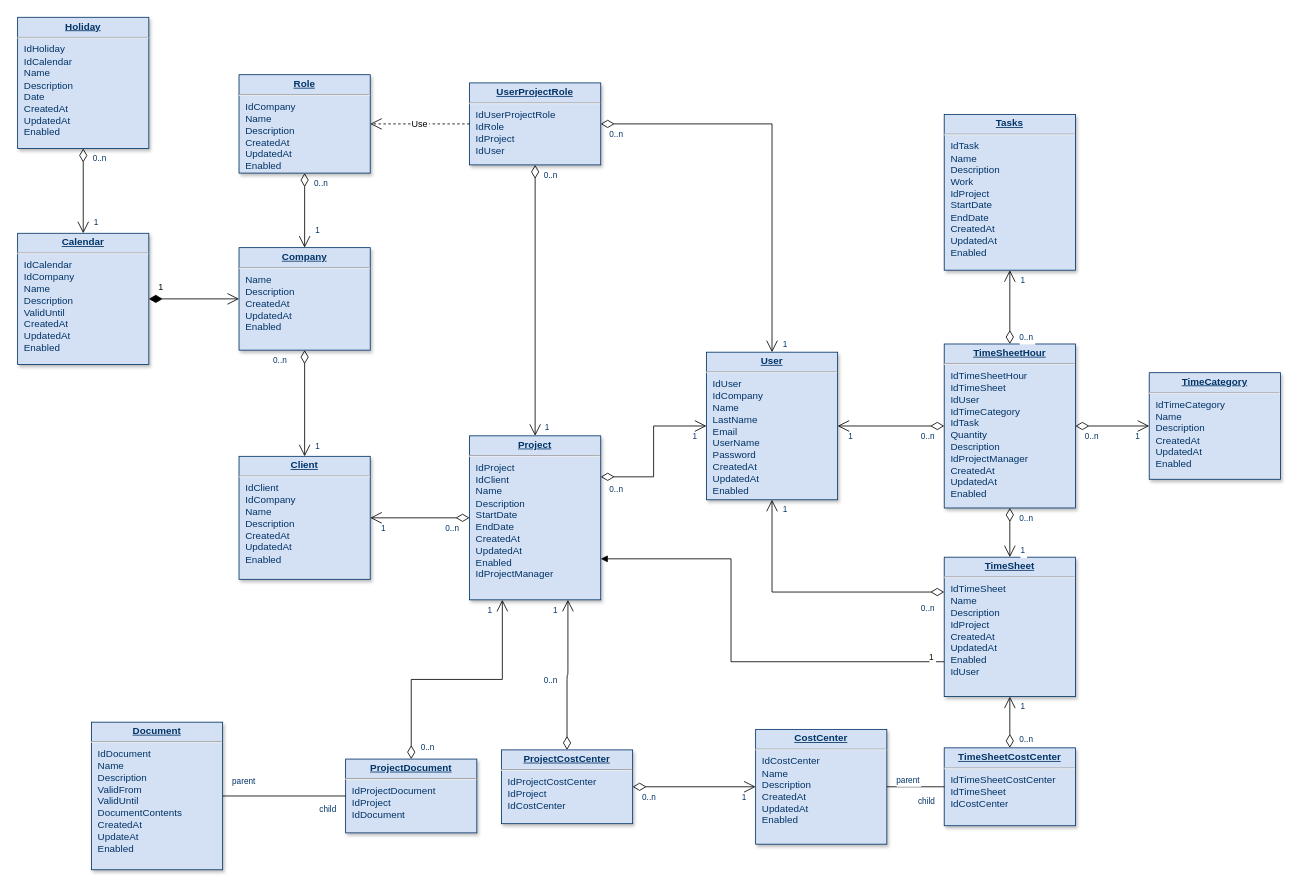
marcusvinic2/todo-list keeps this draw.io diagram as Diagrama sem nome.drawio. Above is the earlier version. Source tidied: cells renumbered, new cells numbered last; positions are measured from the earlier drawing's top-left corner, leaving out a move shared by most shapes. Both pictures are drawn from the tidied source at 82%, with x=0, y=0 at pixel (17, 17).
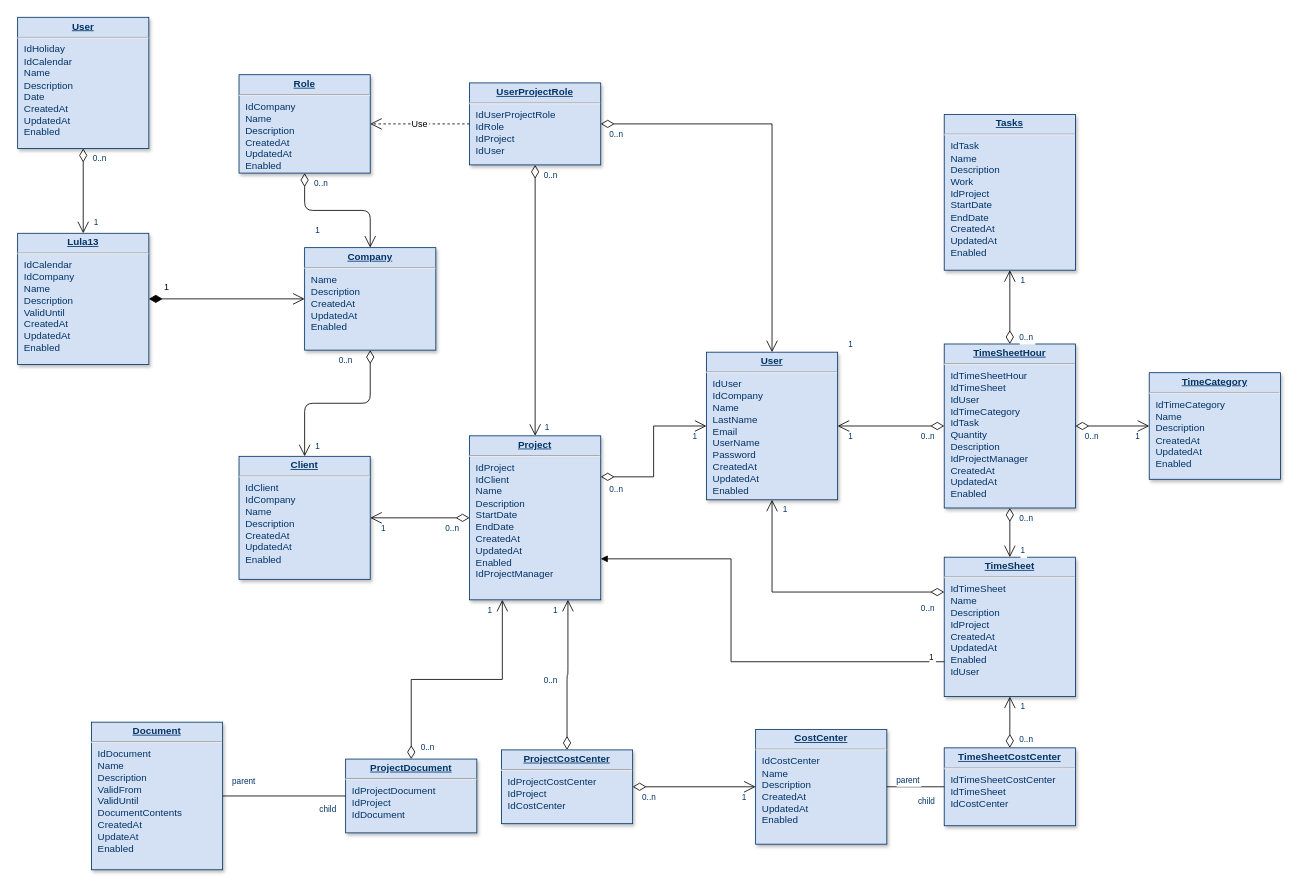
Above is the later version.

The edit, as a diff of the source:
```diff
@@
     <mxCell id="3" value="&lt;p style=&quot;margin: 0px; margin-top: 4px; text-align: center; text-decoration: underline;&quot;&gt;&lt;strong&gt;Company&lt;/strong&gt;&lt;/p&gt;&lt;hr /&gt;&lt;p style=&quot;margin: 0px; margin-left: 8px;&quot;&gt;Name&lt;/p&gt;&lt;p style=&quot;margin: 0px; margin-left: 8px;&quot;&gt;Description&lt;/p&gt;&lt;p style=&quot;margin: 0px; margin-left: 8px;&quot;&gt;CreatedAt&lt;/p&gt;&lt;p style=&quot;margin: 0px; margin-left: 8px;&quot;&gt;UpdatedAt&lt;/p&gt;&lt;p style=&quot;margin: 0px; margin-left: 8px;&quot;&gt;Enabled&lt;/p&gt;" style="verticalAlign=top;align=left;overflow=fill;fontSize=12;fontFamily=Helvetica;html=1;strokeColor=#003366;shadow=1;fillColor=#D4E1F5;fontColor=#003366;" parent="1" vertex="1">
-      <mxGeometry x="270" y="280.5" width="160" height="125" as="geometry" />
+      <mxGeometry x="350" y="280.5" width="160" height="125" as="geometry" />
     </mxCell>
-    <mxCell id="4" value="&lt;p style=&quot;margin: 0px; margin-top: 4px; text-align: center; text-decoration: underline;&quot;&gt;&lt;strong&gt;Calendar&lt;/strong&gt;&lt;/p&gt;&lt;hr /&gt;&lt;p style=&quot;margin: 0px; margin-left: 8px;&quot;&gt;IdCalendar&lt;/p&gt;&lt;p style=&quot;margin: 0px; margin-left: 8px;&quot;&gt;IdCompany&lt;/p&gt;&lt;p style=&quot;margin: 0px; margin-left: 8px;&quot;&gt;Name&lt;/p&gt;&lt;p style=&quot;margin: 0px; margin-left: 8px;&quot;&gt;Description&lt;/p&gt;&lt;p style=&quot;margin: 0px; margin-left: 8px;&quot;&gt;ValidUntil&lt;/p&gt;&lt;p style=&quot;margin: 0px; margin-left: 8px;&quot;&gt;CreatedAt&lt;/p&gt;&lt;p style=&quot;margin: 0px; margin-left: 8px;&quot;&gt;UpdatedAt&lt;/p&gt;&lt;p style=&quot;margin: 0px; margin-left: 8px;&quot;&gt;Enabled&lt;/p&gt;" style="verticalAlign=top;align=left;overflow=fill;fontSize=12;fontFamily=Helvetica;html=1;strokeColor=#003366;shadow=1;fillColor=#D4E1F5;fontColor=#003366;" parent="1" vertex="1">
+    <mxCell id="4" value="&lt;p style=&quot;margin: 0px; margin-top: 4px; text-align: center; text-decoration: underline;&quot;&gt;&lt;strong&gt;Lula13&lt;/strong&gt;&lt;/p&gt;&lt;hr&gt;&lt;p style=&quot;margin: 0px; margin-left: 8px;&quot;&gt;IdCalendar&lt;/p&gt;&lt;p style=&quot;margin: 0px; margin-left: 8px;&quot;&gt;IdCompany&lt;/p&gt;&lt;p style=&quot;margin: 0px; margin-left: 8px;&quot;&gt;Name&lt;/p&gt;&lt;p style=&quot;margin: 0px; margin-left: 8px;&quot;&gt;Description&lt;/p&gt;&lt;p style=&quot;margin: 0px; margin-left: 8px;&quot;&gt;ValidUntil&lt;/p&gt;&lt;p style=&quot;margin: 0px; margin-left: 8px;&quot;&gt;CreatedAt&lt;/p&gt;&lt;p style=&quot;margin: 0px; margin-left: 8px;&quot;&gt;UpdatedAt&lt;/p&gt;&lt;p style=&quot;margin: 0px; margin-left: 8px;&quot;&gt;Enabled&lt;/p&gt;" style="verticalAlign=top;align=left;overflow=fill;fontSize=12;fontFamily=Helvetica;html=1;strokeColor=#003366;shadow=1;fillColor=#D4E1F5;fontColor=#003366;" parent="1" vertex="1">
       <mxGeometry y="263" width="160" height="160" as="geometry" />
     </mxCell>
@@
-    <mxCell id="8" value="&lt;p style=&quot;margin: 0px; margin-top: 4px; text-align: center; text-decoration: underline;&quot;&gt;&lt;strong&gt;Holiday&lt;/strong&gt;&lt;/p&gt;&lt;hr /&gt;&lt;p style=&quot;margin: 0px; margin-left: 8px;&quot;&gt;IdHoliday&lt;/p&gt;&lt;p style=&quot;margin: 0px; margin-left: 8px;&quot;&gt;IdCalendar&lt;/p&gt;&lt;p style=&quot;margin: 0px; margin-left: 8px;&quot;&gt;Name&lt;/p&gt;&lt;p style=&quot;margin: 0px; margin-left: 8px;&quot;&gt;Description&lt;/p&gt;&lt;p style=&quot;margin: 0px; margin-left: 8px;&quot;&gt;Date&lt;/p&gt;&lt;p style=&quot;margin: 0px; margin-left: 8px;&quot;&gt;CreatedAt&lt;/p&gt;&lt;p style=&quot;margin: 0px; margin-left: 8px;&quot;&gt;UpdatedAt&lt;/p&gt;&lt;p style=&quot;margin: 0px; margin-left: 8px;&quot;&gt;Enabled&lt;/p&gt;" style="verticalAlign=top;align=left;overflow=fill;fontSize=12;fontFamily=Helvetica;html=1;strokeColor=#003366;shadow=1;fillColor=#D4E1F5;fontColor=#003366;" parent="1" vertex="1">
+    <mxCell id="8" value="&lt;p style=&quot;margin: 0px; margin-top: 4px; text-align: center; text-decoration: underline;&quot;&gt;&lt;strong&gt;User&lt;/strong&gt;&lt;/p&gt;&lt;hr&gt;&lt;p style=&quot;margin: 0px; margin-left: 8px;&quot;&gt;IdHoliday&lt;/p&gt;&lt;p style=&quot;margin: 0px; margin-left: 8px;&quot;&gt;IdCalendar&lt;/p&gt;&lt;p style=&quot;margin: 0px; margin-left: 8px;&quot;&gt;Name&lt;/p&gt;&lt;p style=&quot;margin: 0px; margin-left: 8px;&quot;&gt;Description&lt;/p&gt;&lt;p style=&quot;margin: 0px; margin-left: 8px;&quot;&gt;Date&lt;/p&gt;&lt;p style=&quot;margin: 0px; margin-left: 8px;&quot;&gt;CreatedAt&lt;/p&gt;&lt;p style=&quot;margin: 0px; margin-left: 8px;&quot;&gt;UpdatedAt&lt;/p&gt;&lt;p style=&quot;margin: 0px; margin-left: 8px;&quot;&gt;Enabled&lt;/p&gt;" style="verticalAlign=top;align=left;overflow=fill;fontSize=12;fontFamily=Helvetica;html=1;strokeColor=#003366;shadow=1;fillColor=#D4E1F5;fontColor=#003366;" parent="1" vertex="1">
       <mxGeometry y="-0.4" width="160" height="160" as="geometry" />
     </mxCell>
```
